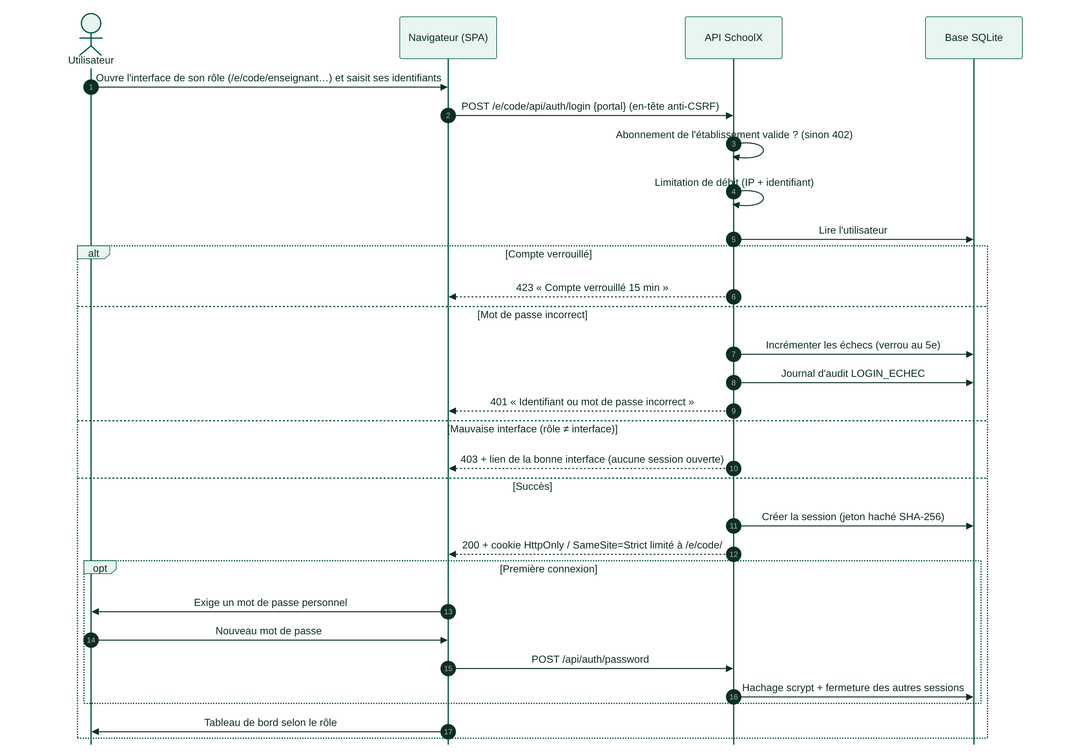
The Mermaid diagram docs/uml/04_seq_authentification.png in ANDJE30/MY_WORLD, before a commit. Its source is kept beside it as docs/uml/04_seq_authentification.mmd.
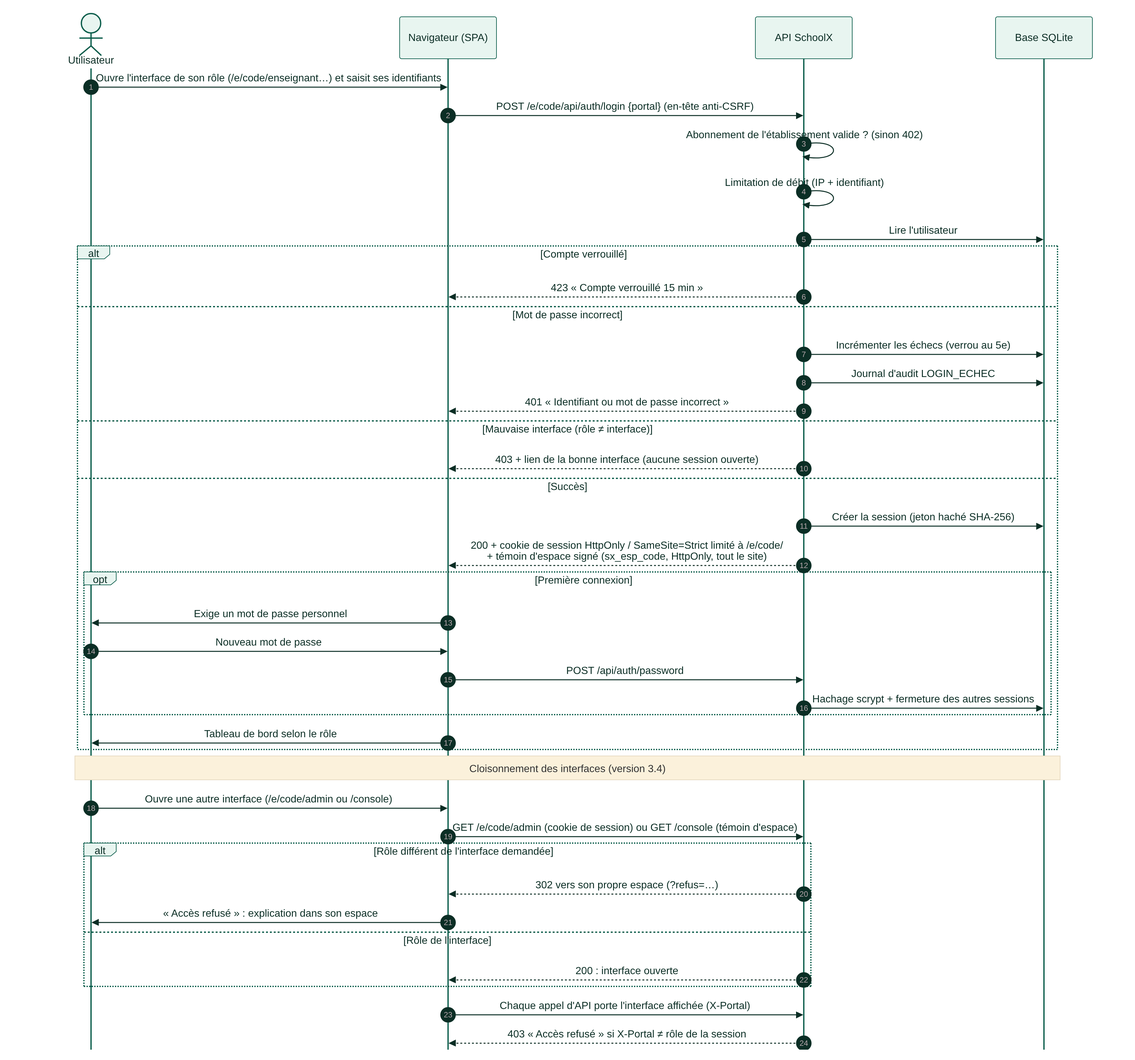
The same file after the commit.

Diff of the diagram source:
```diff
@@ -19,7 +19,7 @@
     API-->>N: 403 + lien de la bonne interface (aucune session ouverte)
   else Succès
     API->>DB: Créer la session (jeton haché SHA-256)
-    API-->>N: 200 + cookie HttpOnly / SameSite=Strict limité à /e/code/
+    API-->>N: 200 + cookie de session HttpOnly / SameSite=Strict limité à /e/code/<br/>+ témoin d'espace signé (sx_esp_code, HttpOnly, tout le site)
     opt Première connexion
       N->>U: Exige un mot de passe personnel
       U->>N: Nouveau mot de passe
@@ -28,3 +28,14 @@
     end
     N->>U: Tableau de bord selon le rôle
   end
+  Note over U,DB: Cloisonnement des interfaces (version 3.4)
+  U->>N: Ouvre une autre interface (/e/code/admin ou /console)
+  N->>API: GET /e/code/admin (cookie de session) ou GET /console (témoin d'espace)
+  alt Rôle différent de l'interface demandée
+    API-->>N: 302 vers son propre espace (?refus=…)
+    N->>U: « Accès refusé » : explication dans son espace
+  else Rôle de l'interface
+    API-->>N: 200 : interface ouverte
+  end
+  N->>API: Chaque appel d'API porte l'interface affichée (X-Portal)
+  API-->>N: 403 « Accès refusé » si X-Portal ≠ rôle de la session
```
